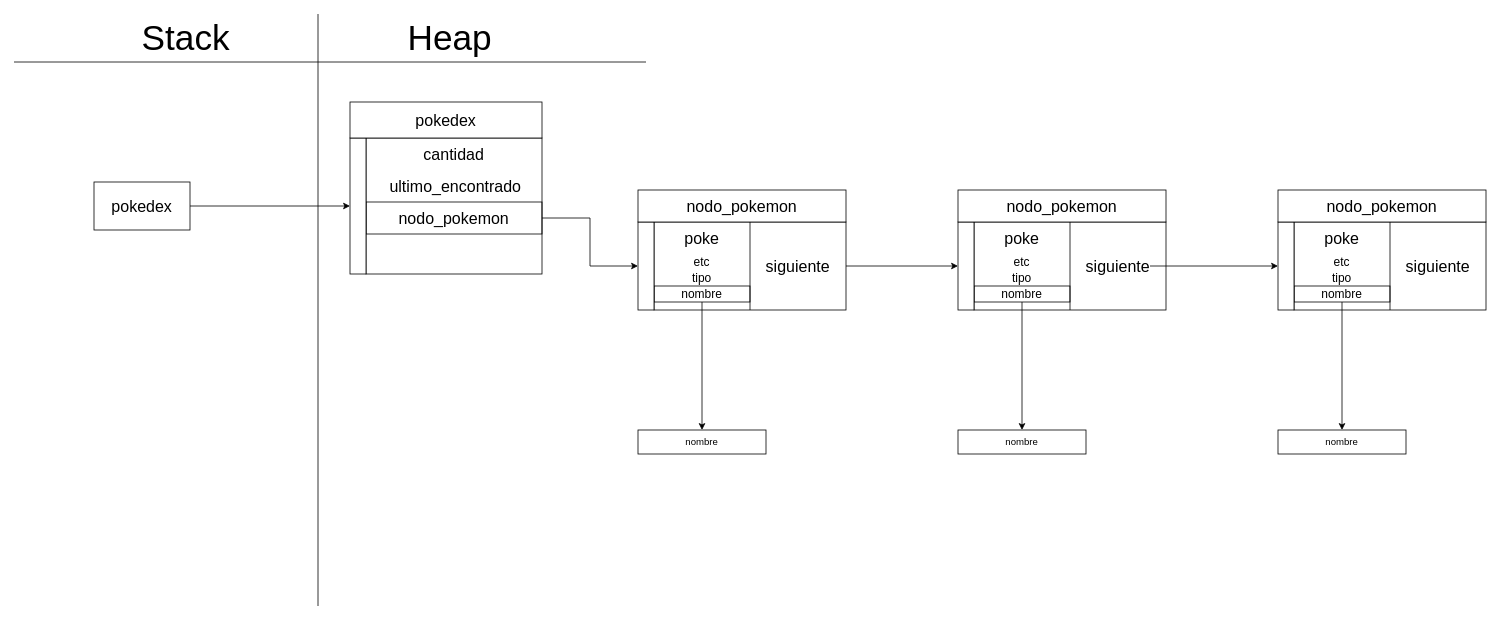
The draw.io diagram img/heap_stack_pokedex.drawio in MaxiFttInst/TP1_ALGO2, before the edit. Source tidied: cells renumbered, new cells numbered last; positions are measured from the earlier drawing's top-left corner, leaving out a move shared by most shapes. Both pictures are drawn from the tidied source at 80%, with x=0, y=0 at pixel (14, 14).
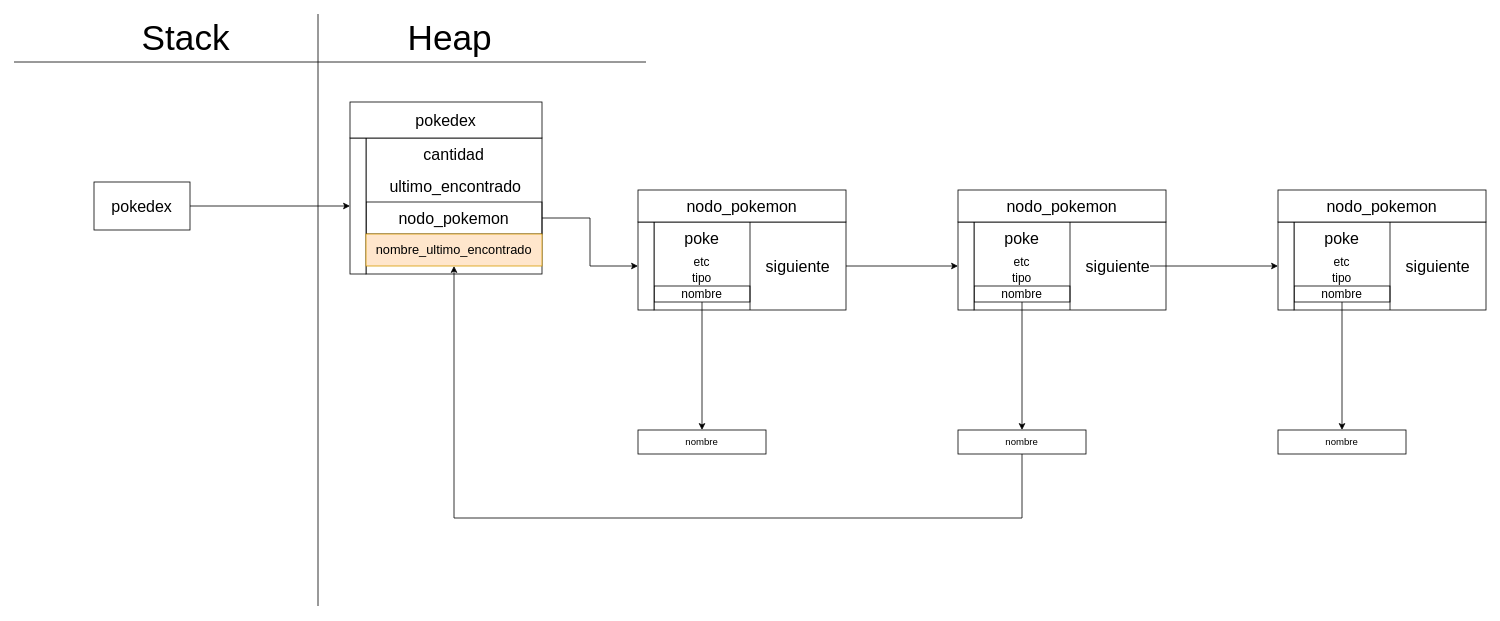
The same diagram, later.

Unchanged cells that the change refers to:
```xml
<mxCell id="36" value="nombre" style="rounded=0;whiteSpace=wrap;html=1;" parent="1" vertex="1">
  <mxGeometry x="1180" y="520" width="160" height="30" as="geometry" />
</mxCell>
```

The edit, as a diff of the source:
```diff
@@
+    <mxCell id="50" style="edgeStyle=orthogonalEdgeStyle;rounded=0;jettySize=auto;html=1;entryX=0.5;entryY=1;entryDx=0;entryDy=0;" parent="1" edge="1" source="36" target="51">
+      <mxGeometry relative="1" as="geometry">
+        <Array as="points">
+          <mxPoint x="1260" y="630" />
+          <mxPoint x="550" y="630" />
+        </Array>
+      </mxGeometry>
+    </mxCell>
@@
+    <mxCell id="51" value="&lt;font style=&quot;font-size: 16px;&quot;&gt;nombre_ultimo_encontrado&lt;/font&gt;" style="text;html=1;align=center;verticalAlign=middle;whiteSpace=wrap;rounded=0;fillColor=#ffe6cc;strokeColor=#d79b00;" parent="1" vertex="1">
+      <mxGeometry x="440" y="275" width="220" height="40" as="geometry" />
+    </mxCell>
```
